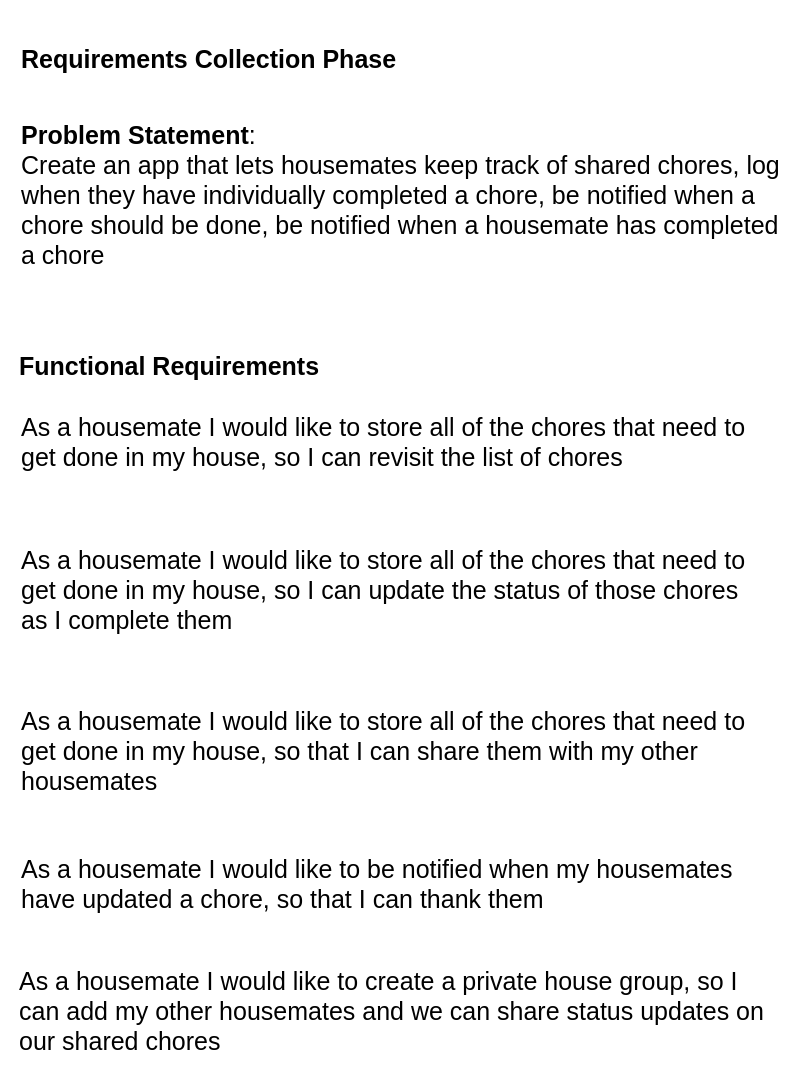
Before: page "userStories" (3 of 4) of diagrams/Untitled Diagram.drawio in ahspadafora/SoftwareDesign, a draw.io diagram. Source tidied: cells renumbered, new cells numbered last; positions are measured from the earlier drawing's top-left corner, leaving out a move shared by most shapes. Both pictures are drawn from the tidied source at 100%, with x=0, y=0 at pixel (17, 17).
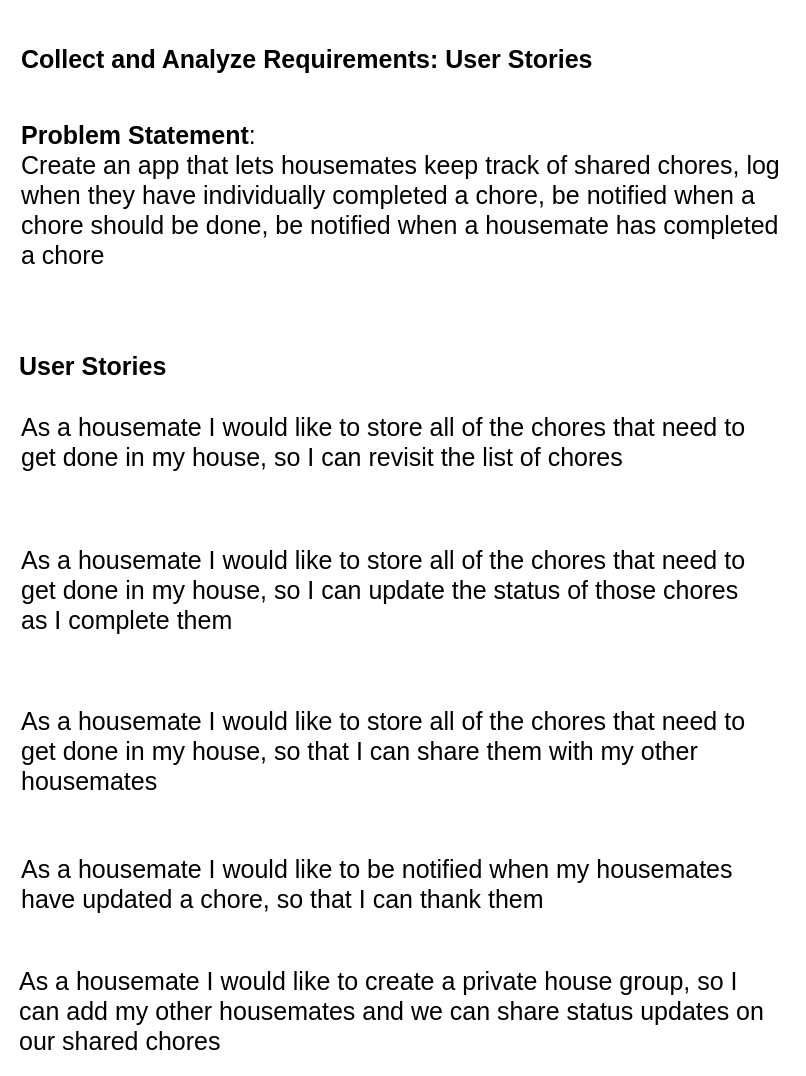
Above is the later version.

What changed in the source:
```diff
@@
 <mxGraphModel>
   <root>
     <mxCell id="0" />
     <mxCell id="1" parent="0" />
-    <mxCell id="2" value="&lt;font size=&quot;1&quot;&gt;&lt;b style=&quot;font-size: 25px&quot;&gt;Requirements Collection Phase&lt;/b&gt;&lt;/font&gt;" style="text;html=1;strokeColor=none;fillColor=none;align=left;verticalAlign=middle;whiteSpace=wrap;rounded=0;" parent="1" vertex="1">
-      <mxGeometry x="2" width="430" height="82" as="geometry" />
+    <mxCell id="2" value="&lt;font size=&quot;1&quot;&gt;&lt;b style=&quot;font-size: 25px&quot;&gt;Collect and Analyze Requirements: User Stories&lt;/b&gt;&lt;/font&gt;" style="text;html=1;strokeColor=none;fillColor=none;align=left;verticalAlign=middle;whiteSpace=wrap;rounded=0;" parent="1" vertex="1">
+      <mxGeometry x="2" width="750" height="82" as="geometry" />
     </mxCell>
     <mxCell id="3" value="&lt;b&gt;Problem Statement&lt;/b&gt;: &lt;br&gt;Create an app that lets housemates keep track of shared chores, log when they have individually completed a chore, be notified when a chore should be done, be notified when a housemate has completed a chore" style="text;html=1;strokeColor=none;fillColor=none;align=left;verticalAlign=middle;rounded=0;fontFamily=Helvetica;fontSize=25;labelPosition=center;verticalLabelPosition=middle;whiteSpace=wrap;" parent="1" vertex="1">
       <mxGeometry x="2" y="80" width="770" height="194" as="geometry" />
     </mxCell>
-    <mxCell id="4" value="Functional Requirements" style="text;html=1;strokeColor=none;fillColor=none;align=left;verticalAlign=middle;whiteSpace=wrap;rounded=0;fontFamily=Helvetica;fontSize=25;fontStyle=1;" parent="1" vertex="1">
+    <mxCell id="4" value="User Stories" style="text;html=1;strokeColor=none;fillColor=none;align=left;verticalAlign=middle;whiteSpace=wrap;rounded=0;fontFamily=Helvetica;fontSize=25;fontStyle=1;" parent="1" vertex="1">
       <mxGeometry y="318" width="340" height="60" as="geometry" />
     </mxCell>
     <mxCell id="5" value="As a housemate I would like to store all of the chores that need to get done in my house, so that I can share them with my other housemates" style="text;html=1;strokeColor=none;fillColor=none;align=left;verticalAlign=middle;whiteSpace=wrap;rounded=0;fontFamily=Helvetica;fontSize=25;" parent="1" vertex="1">
       <mxGeometry x="2" y="684" width="752" height="98" as="geometry" />
     </mxCell>
     <mxCell id="6" value="As a housemate I would like to store all of the chores that need to get done in my house, so I can update the status of those chores as I complete them" style="text;html=1;strokeColor=none;fillColor=none;align=left;verticalAlign=middle;whiteSpace=wrap;rounded=0;fontFamily=Helvetica;fontSize=25;" parent="1" vertex="1">
       <mxGeometry x="2" y="520" width="752" height="104" as="geometry" />
     </mxCell>
     <mxCell id="7" value="As a housemate I would like to store all of the chores that need to get done in my house, so I can revisit the list of chores&amp;nbsp;" style="text;html=1;strokeColor=none;fillColor=none;align=left;verticalAlign=middle;whiteSpace=wrap;rounded=0;fontFamily=Helvetica;fontSize=25;" parent="1" vertex="1">
       <mxGeometry x="2" y="388" width="752" height="72" as="geometry" />
     </mxCell>
     <mxCell id="8" value="As a housemate I would like to be notified when my housemates have updated a chore, so that I can thank them" style="text;html=1;strokeColor=none;fillColor=none;align=left;verticalAlign=middle;whiteSpace=wrap;rounded=0;fontFamily=Helvetica;fontSize=25;" parent="1" vertex="1">
       <mxGeometry x="2" y="817" width="752" height="98" as="geometry" />
     </mxCell>
     <mxCell id="9" value="As a housemate I would like to create a private house group, so I can add my other housemates and we can share status updates on our shared chores" style="text;html=1;strokeColor=none;fillColor=none;align=left;verticalAlign=middle;whiteSpace=wrap;rounded=0;fontFamily=Helvetica;fontSize=25;" parent="1" vertex="1">
       <mxGeometry y="944" width="752" height="98" as="geometry" />
     </mxCell>
   </root>
 </mxGraphModel>
```
